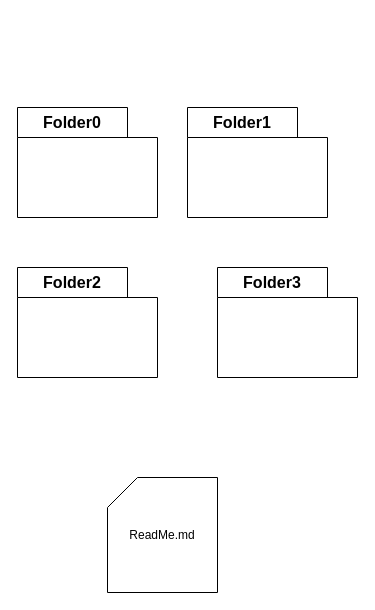
dieupatr/UMLtoCode keeps this draw.io diagram as page "D:\PatrickDaten\WorkspaceGit\-MarkovChain-to-Code" (1 of 2) of LexDrawio/FolderCreator/FolderDiagramm.drawio. Above is the earlier version. Source tidied: cells renumbered, new cells numbered last; positions are measured from the earlier drawing's top-left corner, leaving out a move shared by most shapes. Both pictures are drawn from the tidied source at 100%, with x=0, y=0 at pixel (17, 107).
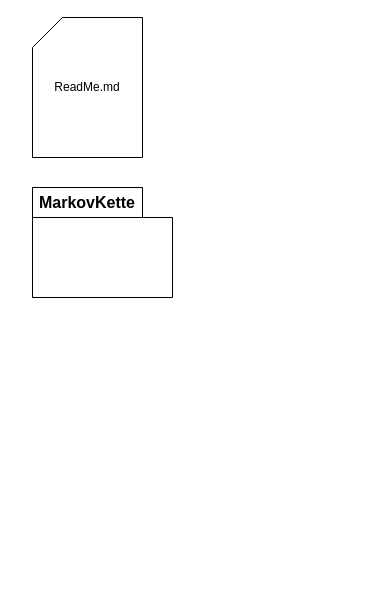
The same page after the edit.

Diff of the diagram source:
```diff
@@
 <mxGraphModel>
   <root>
     <mxCell id="0" />
     <mxCell id="1" parent="0" />
-    <mxCell id="2" value="Folder0" style="shape=folder;fontStyle=1;tabWidth=110;tabHeight=30;tabPosition=left;html=1;boundedLbl=1;labelInHeader=1;whiteSpace=wrap;fontSize=16;" parent="1" vertex="1">
-      <mxGeometry width="140" height="110" as="geometry" />
+    <mxCell id="2" value="MarkovKette" style="shape=folder;fontStyle=1;tabWidth=110;tabHeight=30;tabPosition=left;html=1;boundedLbl=1;labelInHeader=1;whiteSpace=wrap;fontSize=16;" parent="1" vertex="1">
+      <mxGeometry x="15" y="80" width="140" height="110" as="geometry" />
     </mxCell>
     <mxCell id="3" style="html=1;strokeColor=none;fillColor=none;whiteSpace=wrap;fontSize=16;" parent="2" vertex="1">
       <mxGeometry width="140" height="77" relative="1" as="geometry">
         <mxPoint y="30" as="offset" />
       </mxGeometry>
     </mxCell>
-    <mxCell id="4" value="Folder2" style="shape=folder;fontStyle=1;tabWidth=110;tabHeight=30;tabPosition=left;html=1;boundedLbl=1;labelInHeader=1;whiteSpace=wrap;fontSize=16;" parent="1" vertex="1">
-      <mxGeometry y="160" width="140" height="110" as="geometry" />
-    </mxCell>
-    <mxCell id="5" style="html=1;strokeColor=none;fillColor=none;whiteSpace=wrap;fontSize=16;" parent="4" vertex="1">
-      <mxGeometry width="140" height="77" relative="1" as="geometry">
-        <mxPoint y="30" as="offset" />
-      </mxGeometry>
-    </mxCell>
-    <mxCell id="6" value="Folder1" style="shape=folder;fontStyle=1;tabWidth=110;tabHeight=30;tabPosition=left;html=1;boundedLbl=1;labelInHeader=1;whiteSpace=wrap;fontSize=16;" parent="1" vertex="1">
-      <mxGeometry x="170" width="140" height="110" as="geometry" />
-    </mxCell>
-    <mxCell id="7" style="html=1;strokeColor=none;fillColor=none;whiteSpace=wrap;fontSize=16;" parent="6" vertex="1">
-      <mxGeometry width="140" height="77" relative="1" as="geometry">
-        <mxPoint y="30" as="offset" />
-      </mxGeometry>
-    </mxCell>
-    <mxCell id="8" value="Folder3" style="shape=folder;fontStyle=1;tabWidth=110;tabHeight=30;tabPosition=left;html=1;boundedLbl=1;labelInHeader=1;whiteSpace=wrap;fontSize=16;" parent="1" vertex="1">
-      <mxGeometry x="200" y="160" width="140" height="110" as="geometry" />
-    </mxCell>
-    <mxCell id="9" style="html=1;strokeColor=none;fillColor=none;whiteSpace=wrap;fontSize=16;" parent="8" vertex="1">
-      <mxGeometry width="140" height="77" relative="1" as="geometry">
-        <mxPoint y="30" as="offset" />
-      </mxGeometry>
-    </mxCell>
     <mxCell id="10" value="ReadMe.md" style="shape=card;whiteSpace=wrap;html=1;" parent="1" vertex="1">
-      <mxGeometry x="90" y="370" width="110" height="115" as="geometry" />
+      <mxGeometry x="15" y="-90" width="110" height="140" as="geometry" />
     </mxCell>
   </root>
 </mxGraphModel>
```
